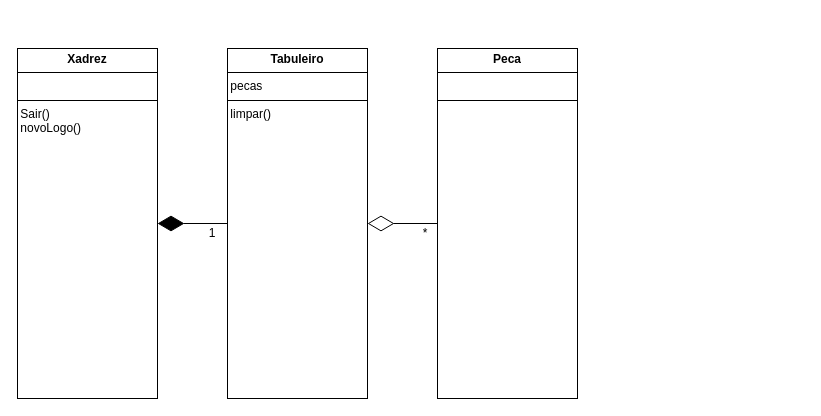
Earlier version of the draw.io diagram Diagrama sem nome.drawio (Nuno-Goncalves1/Draw.io). Source tidied: cells renumbered, new cells numbered last; positions are measured from the earlier drawing's top-left corner, leaving out a move shared by most shapes. Both pictures are drawn from the tidied source at 100%, with x=0, y=0 at pixel (17, 48).
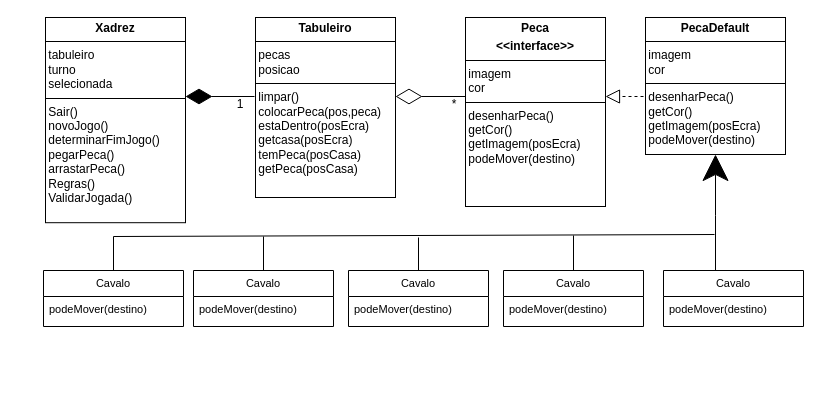
After the change.

Change to the diagram source:
```diff
@@
+    <mxCell id="9" style="group;" parent="1" vertex="1">
+      <mxGeometry x="28" y="-31" width="758" height="316" as="geometry" />
+    </mxCell>
+    <mxCell id="10" style="group;" parent="9" vertex="1">
+      <mxGeometry width="758" height="316" as="geometry" />
+    </mxCell>
+    <mxCell id="11" style="group;" parent="10" vertex="1">
+      <mxGeometry x="-2" y="253" width="760" height="56" as="geometry" />
+    </mxCell>
+    <mxCell id="12" value="Cavalo" style="swimlane;fontStyle=0;horizontal=1;startSize=26;fillColor=none;whiteSpace=wrap;html=1;fontFamily=Helvetica;fontSize=11;fontColor=default;labelBackgroundColor=default;" parent="11" vertex="1">
+      <mxGeometry width="140" height="56" as="geometry" />
+    </mxCell>
+    <mxCell id="13" value="podeMover(destino)" style="text;strokeColor=none;fillColor=none;align=left;verticalAlign=top;spacingLeft=4;spacingRight=4;overflow=hidden;whiteSpace=wrap;html=1;fontFamily=Helvetica;fontSize=11;fontColor=default;labelBackgroundColor=default;" parent="12" vertex="1">
+      <mxGeometry y="26" width="140" height="30" as="geometry" />
+    </mxCell>
+    <mxCell id="14" value="Cavalo" style="swimlane;fontStyle=0;horizontal=1;startSize=26;fillColor=none;whiteSpace=wrap;html=1;fontFamily=Helvetica;fontSize=11;fontColor=default;labelBackgroundColor=default;" parent="11" vertex="1">
+      <mxGeometry x="150" width="140" height="56" as="geometry" />
+    </mxCell>
+    <mxCell id="15" value="podeMover(destino)" style="text;strokeColor=none;fillColor=none;align=left;verticalAlign=top;spacingLeft=4;spacingRight=4;overflow=hidden;whiteSpace=wrap;html=1;fontFamily=Helvetica;fontSize=11;fontColor=default;labelBackgroundColor=default;" parent="14" vertex="1">
+      <mxGeometry y="26" width="140" height="30" as="geometry" />
+    </mxCell>
+    <mxCell id="16" value="Cavalo" style="swimlane;fontStyle=0;horizontal=1;startSize=26;fillColor=none;whiteSpace=wrap;html=1;fontFamily=Helvetica;fontSize=11;fontColor=default;labelBackgroundColor=default;" parent="11" vertex="1">
+      <mxGeometry x="305" width="140" height="56" as="geometry" />
+    </mxCell>
+    <mxCell id="17" value="podeMover(destino)" style="text;strokeColor=none;fillColor=none;align=left;verticalAlign=top;spacingLeft=4;spacingRight=4;overflow=hidden;whiteSpace=wrap;html=1;fontFamily=Helvetica;fontSize=11;fontColor=default;labelBackgroundColor=default;" parent="16" vertex="1">
+      <mxGeometry y="26" width="140" height="30" as="geometry" />
+    </mxCell>
+    <mxCell id="18" value="Cavalo" style="swimlane;fontStyle=0;horizontal=1;startSize=26;fillColor=none;whiteSpace=wrap;html=1;fontFamily=Helvetica;fontSize=11;fontColor=default;labelBackgroundColor=default;" parent="11" vertex="1">
+      <mxGeometry x="620" width="140" height="56" as="geometry" />
+    </mxCell>
+    <mxCell id="19" value="podeMover(destino)" style="text;strokeColor=none;fillColor=none;align=left;verticalAlign=top;spacingLeft=4;spacingRight=4;overflow=hidden;whiteSpace=wrap;html=1;fontFamily=Helvetica;fontSize=11;fontColor=default;labelBackgroundColor=default;" parent="18" vertex="1">
+      <mxGeometry y="26" width="140" height="30" as="geometry" />
+    </mxCell>
+    <mxCell id="20" value="Cavalo" style="swimlane;fontStyle=0;horizontal=1;startSize=26;fillColor=none;whiteSpace=wrap;html=1;fontFamily=Helvetica;fontSize=11;fontColor=default;labelBackgroundColor=default;" parent="11" vertex="1">
+      <mxGeometry x="460" width="140" height="56" as="geometry" />
+    </mxCell>
+    <mxCell id="21" value="podeMover(destino)" style="text;strokeColor=none;fillColor=none;align=left;verticalAlign=top;spacingLeft=4;spacingRight=4;overflow=hidden;whiteSpace=wrap;html=1;fontFamily=Helvetica;fontSize=11;fontColor=default;labelBackgroundColor=default;" parent="20" vertex="1">
+      <mxGeometry y="26" width="140" height="30" as="geometry" />
+    </mxCell>
+    <mxCell id="22" style="group;" parent="10" vertex="1">
+      <mxGeometry width="560" height="205.2" as="geometry" />
+    </mxCell>
-    <mxCell id="2" value="&lt;p style=&quot;margin:0px;margin-top:4px;text-align:center;&quot;&gt;&lt;b&gt;Xadrez&lt;/b&gt;&lt;/p&gt;&lt;hr size=&quot;1&quot; style=&quot;border-style:solid;&quot;&gt;&lt;br&gt;&lt;hr size=&quot;1&quot; style=&quot;border-style:solid;&quot;&gt;&amp;nbsp;Sair()&lt;div&gt;&amp;nbsp;novoLogo()&lt;/div&gt;" style="verticalAlign=top;align=left;overflow=fill;html=1;whiteSpace=wrap;" parent="1" vertex="1">
-      <mxGeometry width="140" height="350" as="geometry" />
+    <mxCell id="2" value="&lt;p style=&quot;margin:0px;margin-top:4px;text-align:center;&quot;&gt;&lt;b&gt;Xadrez&lt;/b&gt;&lt;/p&gt;&lt;hr size=&quot;1&quot; style=&quot;border-style:solid;&quot;&gt;&amp;nbsp;tabuleiro&lt;div&gt;&amp;nbsp;turno&lt;/div&gt;&lt;div&gt;&amp;nbsp;selecionada&lt;br&gt;&lt;hr size=&quot;1&quot; style=&quot;border-style:solid;&quot;&gt;&amp;nbsp;Sair()&lt;div&gt;&amp;nbsp;novoJogo()&lt;/div&gt;&lt;div&gt;&amp;nbsp;determinarFimJogo()&lt;/div&gt;&lt;div&gt;&amp;nbsp;pegarPeca()&lt;/div&gt;&lt;div&gt;&amp;nbsp;arrastarPeca()&lt;/div&gt;&lt;div&gt;&amp;nbsp;Regras()&lt;/div&gt;&lt;div&gt;&amp;nbsp;ValidarJogada()&lt;/div&gt;&lt;div&gt;&amp;nbsp;&lt;/div&gt;&lt;div&gt;&amp;nbsp;&lt;/div&gt;&lt;div&gt;&lt;br&gt;&lt;/div&gt;&lt;div&gt;&lt;br&gt;&lt;/div&gt;&lt;div&gt;&lt;br&gt;&lt;/div&gt;&lt;/div&gt;" style="verticalAlign=top;align=left;overflow=fill;html=1;whiteSpace=wrap;" parent="22" vertex="1">
+      <mxGeometry width="140" height="205.2" as="geometry" />
     </mxCell>
-    <mxCell id="3" value="&lt;p style=&quot;margin:0px;margin-top:4px;text-align:center;&quot;&gt;&lt;b&gt;Tabuleiro&lt;/b&gt;&lt;/p&gt;&lt;hr size=&quot;1&quot; style=&quot;border-style:solid;&quot;&gt;&amp;nbsp;pecas&lt;br&gt;&lt;hr size=&quot;1&quot; style=&quot;border-style:solid;&quot;&gt;&amp;nbsp;limpar()" style="verticalAlign=top;align=left;overflow=fill;html=1;whiteSpace=wrap;" parent="1" vertex="1">
-      <mxGeometry x="210" width="140" height="350" as="geometry" />
+    <mxCell id="3" value="&lt;p style=&quot;margin:0px;margin-top:4px;text-align:center;&quot;&gt;&lt;b&gt;Tabuleiro&lt;/b&gt;&lt;/p&gt;&lt;hr size=&quot;1&quot; style=&quot;border-style:solid;&quot;&gt;&amp;nbsp;pecas&lt;div&gt;&amp;nbsp;posicao&lt;br&gt;&lt;hr size=&quot;1&quot; style=&quot;border-style:solid;&quot;&gt;&amp;nbsp;limpar()&lt;div&gt;&amp;nbsp;colocarPeca(pos,peca)&lt;/div&gt;&lt;div&gt;&lt;span style=&quot;background-color: transparent; color: light-dark(rgb(0, 0, 0), rgb(255, 255, 255));&quot;&gt;&amp;nbsp;estaDentro(posEcra)&lt;/span&gt;&lt;span style=&quot;background-color: transparent; color: light-dark(rgb(0, 0, 0), rgb(255, 255, 255));&quot;&gt;&amp;nbsp;&lt;/span&gt;&lt;/div&gt;&lt;div&gt;&amp;nbsp;getcasa(posEcra)&lt;/div&gt;&lt;div&gt;&amp;nbsp;temPeca(posCasa)&lt;/div&gt;&lt;div&gt;&amp;nbsp;getPeca(posCasa)&lt;/div&gt;&lt;/div&gt;" style="verticalAlign=top;align=left;overflow=fill;html=1;whiteSpace=wrap;glass=0;noLabel=0;backgroundOutline=0;fillStyle=auto;gradientColor=none;fillColor=default;flipV=0;flipH=1;direction=west;" parent="22" vertex="1">
+      <mxGeometry x="210" width="140" height="180" as="geometry" />
     </mxCell>
-    <mxCell id="4" value="&lt;p style=&quot;margin:0px;margin-top:4px;text-align:center;&quot;&gt;&lt;b&gt;Peca&lt;/b&gt;&lt;/p&gt;&lt;hr size=&quot;1&quot; style=&quot;border-style:solid;&quot;&gt;&amp;nbsp;&lt;br&gt;&lt;hr size=&quot;1&quot; style=&quot;border-style:solid;&quot;&gt;&amp;nbsp;" style="verticalAlign=top;align=left;overflow=fill;html=1;whiteSpace=wrap;" parent="1" vertex="1">
-      <mxGeometry x="420" width="140" height="350" as="geometry" />
+    <mxCell id="4" value="&lt;p style=&quot;margin:0px;margin-top:4px;text-align:center;&quot;&gt;&lt;b&gt;Peca&lt;/b&gt;&lt;/p&gt;&lt;p style=&quot;margin:0px;margin-top:4px;text-align:center;&quot;&gt;&lt;b&gt;&amp;lt;&amp;lt;interface&amp;gt;&amp;gt;&lt;/b&gt;&lt;/p&gt;&lt;hr size=&quot;1&quot; style=&quot;border-style:solid;&quot;&gt;&amp;nbsp;imagem&lt;div&gt;&amp;nbsp;cor&lt;br&gt;&lt;hr size=&quot;1&quot; style=&quot;border-style:solid;&quot;&gt;&amp;nbsp;desenharPeca()&lt;/div&gt;&lt;div&gt;&amp;nbsp;getCor()&lt;/div&gt;&lt;div&gt;&amp;nbsp;getImagem(posEcra)&lt;/div&gt;&lt;div&gt;&amp;nbsp;podeMover(destino)&lt;/div&gt;&lt;div&gt;&lt;br&gt;&lt;/div&gt;" style="verticalAlign=top;align=left;overflow=fill;html=1;whiteSpace=wrap;" parent="22" vertex="1">
+      <mxGeometry x="420" width="140" height="189" as="geometry" />
     </mxCell>
-    <mxCell id="5" style="endArrow=diamondThin;endFill=1;endSize=24;html=1;rounded=0;entryX=1;entryY=0.5;entryDx=0;entryDy=0;exitX=0;exitY=0.5;exitDx=0;exitDy=0;" parent="1" edge="1" source="3" target="2">
-      <mxGeometry relative="1" as="geometry" />
+    <mxCell id="5" style="endArrow=diamondThin;endFill=1;endSize=24;html=1;rounded=0;anchorPointDirection=0;fontStyle=0;" parent="22" edge="1">
+      <mxGeometry relative="1" as="geometry">
+        <mxPoint x="209" y="79" as="sourcePoint" />
+        <mxPoint x="140" y="79" as="targetPoint" />
+      </mxGeometry>
     </mxCell>
+    <mxCell id="7" style="endArrow=diamondThin;endFill=0;endSize=24;html=1;rounded=0;anchorPointDirection=0;" parent="22" edge="1">
+      <mxGeometry relative="1" as="geometry">
+        <mxPoint x="420" y="79" as="sourcePoint" />
+        <mxPoint x="350" y="79" as="targetPoint" />
+      </mxGeometry>
+    </mxCell>
+    <mxCell id="23" style="edgeStyle=orthogonalEdgeStyle;rounded=0;orthogonalLoop=1;jettySize=auto;html=1;exitX=0.5;exitY=1;exitDx=0;exitDy=0;" parent="22" edge="1" source="4" target="4">
+      <mxGeometry relative="1" as="geometry" />
+    </mxCell>
-    <mxCell id="6" value="1" style="text;html=1;align=center;verticalAlign=middle;whiteSpace=wrap;rounded=0;" parent="1" vertex="1">
-      <mxGeometry x="180" y="180" width="30" height="10" as="geometry" />
+    <mxCell id="6" value="1" style="text;html=1;align=center;verticalAlign=middle;whiteSpace=wrap;rounded=0;" parent="22" vertex="1">
+      <mxGeometry x="180" y="82.8" width="30" height="9" as="geometry" />
     </mxCell>
-    <mxCell id="7" style="endArrow=diamondThin;endFill=0;endSize=24;html=1;rounded=0;entryX=1;entryY=0.5;entryDx=0;entryDy=0;exitX=0;exitY=0.5;exitDx=0;exitDy=0;" parent="1" edge="1" source="4" target="3">
-      <mxGeometry relative="1" as="geometry" />
-    </mxCell>
-    <mxCell id="8" value="*" style="text;html=1;align=center;verticalAlign=middle;whiteSpace=wrap;rounded=0;" parent="1" vertex="1">
-      <mxGeometry x="393" y="180" width="30" height="10" as="geometry" />
+    <mxCell id="8" value="*" style="text;html=1;align=center;verticalAlign=middle;whiteSpace=wrap;rounded=0;" parent="22" vertex="1">
+      <mxGeometry x="394" y="82.8" width="30" height="9" as="geometry" />
     </mxCell>
+    <mxCell id="24" value="&lt;p style=&quot;margin:0px;margin-top:4px;text-align:center;&quot;&gt;&lt;b&gt;PecaDefault&lt;/b&gt;&lt;/p&gt;&lt;hr size=&quot;1&quot; style=&quot;border-style:solid;&quot;&gt;&amp;nbsp;imagem&lt;div&gt;&amp;nbsp;cor&lt;br&gt;&lt;hr size=&quot;1&quot; style=&quot;border-style:solid;&quot;&gt;&amp;nbsp;desenharPeca()&lt;/div&gt;&lt;div&gt;&amp;nbsp;getCor()&lt;/div&gt;&lt;div&gt;&amp;nbsp;getImagem(posEcra)&lt;/div&gt;&lt;div&gt;&amp;nbsp;podeMover(destino)&lt;/div&gt;" style="verticalAlign=top;align=left;overflow=fill;html=1;whiteSpace=wrap;" parent="9" vertex="1">
+      <mxGeometry x="600" width="140" height="137" as="geometry" />
+    </mxCell>
+    <mxCell id="25" style="endArrow=block;dashed=1;endFill=0;endSize=12;html=1;rounded=0;strokeColor=default;align=center;verticalAlign=middle;fontFamily=Helvetica;fontSize=11;fontColor=default;labelBackgroundColor=default;" parent="9" edge="1">
+      <mxGeometry relative="1" as="geometry">
+        <mxPoint x="598" y="79" as="sourcePoint" />
+        <mxPoint x="560" y="79" as="targetPoint" />
+      </mxGeometry>
+    </mxCell>
+    <mxCell id="26" style="endArrow=classic;html=1;rounded=0;strokeColor=default;align=center;verticalAlign=middle;fontFamily=Helvetica;fontSize=11;fontColor=default;labelBackgroundColor=default;endSize=24;entryX=0.5;entryY=1;entryDx=0;entryDy=0;" parent="9" edge="1" target="24">
+      <mxGeometry relative="1" as="geometry">
+        <mxPoint x="670" y="253" as="sourcePoint" />
+        <Array as="points">
+          <mxPoint x="670" y="198" />
+        </Array>
+      </mxGeometry>
+    </mxCell>
+    <mxCell id="27" style="group;" parent="1" vertex="1">
+      <mxGeometry x="96" y="186" width="601" height="3" as="geometry" />
+    </mxCell>
+    <mxCell id="28" style="endArrow=none;html=1;rounded=0;strokeColor=default;align=center;verticalAlign=middle;fontFamily=Helvetica;fontSize=11;fontColor=default;labelBackgroundColor=default;endSize=24;exitX=0.5;exitY=0;exitDx=0;exitDy=0;" parent="27" edge="1" source="12">
+      <mxGeometry relative="1" as="geometry">
+        <mxPoint y="2" as="targetPoint" />
+      </mxGeometry>
+    </mxCell>
+    <mxCell id="29" style="endArrow=none;html=1;rounded=0;strokeColor=default;align=center;verticalAlign=middle;fontFamily=Helvetica;fontSize=11;fontColor=default;labelBackgroundColor=default;endSize=24;exitX=0.5;exitY=0;exitDx=0;exitDy=0;" parent="27" edge="1" source="14">
+      <mxGeometry relative="1" as="geometry">
+        <mxPoint x="150" y="2" as="targetPoint" />
+      </mxGeometry>
+    </mxCell>
+    <mxCell id="30" style="endArrow=none;html=1;rounded=0;strokeColor=default;align=center;verticalAlign=middle;fontFamily=Helvetica;fontSize=11;fontColor=default;labelBackgroundColor=default;endSize=24;exitX=0.5;exitY=0;exitDx=0;exitDy=0;" parent="27" edge="1" source="16">
+      <mxGeometry relative="1" as="geometry">
+        <mxPoint x="305" y="3" as="targetPoint" />
+      </mxGeometry>
+    </mxCell>
+    <mxCell id="31" style="endArrow=none;html=1;rounded=0;strokeColor=default;align=center;verticalAlign=middle;fontFamily=Helvetica;fontSize=11;fontColor=default;labelBackgroundColor=default;endSize=24;exitX=0.5;exitY=0;exitDx=0;exitDy=0;" parent="27" edge="1" source="20">
+      <mxGeometry relative="1" as="geometry">
+        <mxPoint x="460" y="1" as="targetPoint" />
+      </mxGeometry>
+    </mxCell>
+    <mxCell id="32" style="endArrow=none;html=1;rounded=0;strokeColor=default;align=center;verticalAlign=middle;fontFamily=Helvetica;fontSize=11;fontColor=default;labelBackgroundColor=default;endSize=24;" parent="27" edge="1">
+      <mxGeometry relative="1" as="geometry">
+        <mxPoint y="2" as="sourcePoint" />
+        <mxPoint x="601" as="targetPoint" />
+      </mxGeometry>
+    </mxCell>
```
